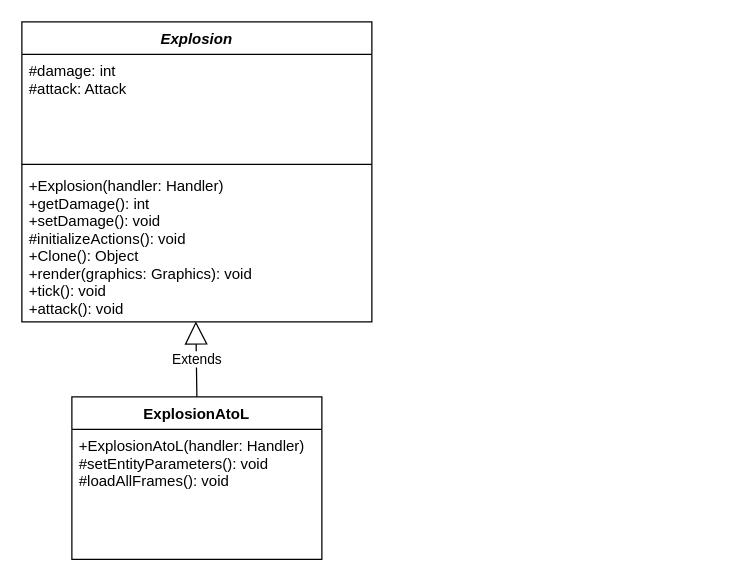
The draw.io diagram uml/drawio/entity/Explosion.drawio in TP-O/bomberman, before the edit. Source tidied: cells renumbered, new cells numbered last; positions are measured from the earlier drawing's top-left corner, leaving out a move shared by most shapes. Both pictures are drawn from the tidied source at 125%, with x=0, y=0 at pixel (21, 21).
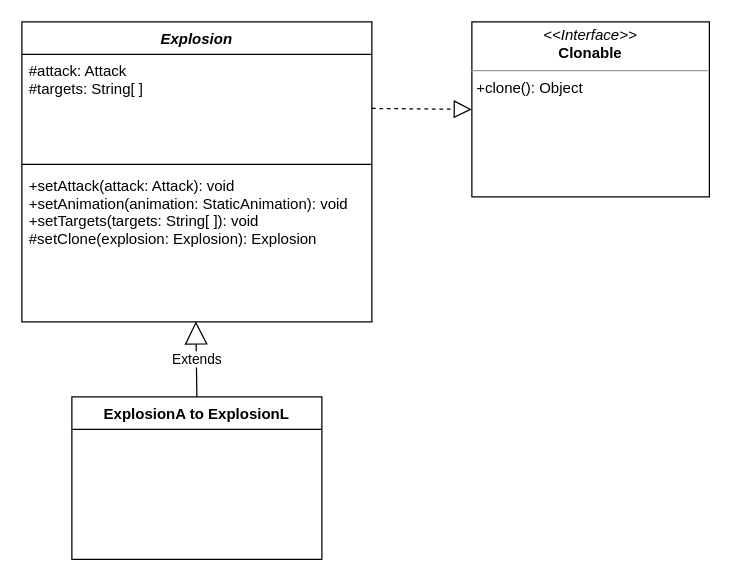
The same diagram, later.

Diff of the diagram source:
```diff
@@
 <mxGraphModel>
   <root>
     <mxCell id="0" />
     <mxCell id="1" parent="0" />
     <mxCell id="2" value="Explosion" style="swimlane;fontStyle=3;align=center;verticalAlign=top;horizontal=1;startSize=26;" parent="1" vertex="1">
       <mxGeometry width="280" height="240" as="geometry" />
     </mxCell>
-    <mxCell id="3" value="#damage: int&#10;#attack: Attack" style="text;strokeColor=none;fillColor=none;align=left;verticalAlign=top;spacingLeft=4;spacingRight=4;overflow=hidden;points=[[0,0.5],[1,0.5]];portConstraint=eastwest;" parent="2" vertex="1">
+    <mxCell id="3" value="#attack: Attack&#10;#targets: String[ ]" style="text;strokeColor=none;fillColor=none;align=left;verticalAlign=top;spacingLeft=4;spacingRight=4;overflow=hidden;points=[[0,0.5],[1,0.5]];portConstraint=eastwest;" parent="2" vertex="1">
       <mxGeometry y="26" width="280" height="84" as="geometry" />
     </mxCell>
     <mxCell id="4" style="line;strokeWidth=1;fillColor=none;align=left;verticalAlign=middle;spacingTop=-1;spacingLeft=3;spacingRight=3;labelPosition=right;" parent="2" vertex="1">
       <mxGeometry y="110" width="280" height="8" as="geometry" />
     </mxCell>
-    <mxCell id="5" value="+Explosion(handler: Handler)&#10;+getDamage(): int&#10;+setDamage(): void&#10;#initializeActions(): void&#10;+Clone(): Object&#10;+render(graphics: Graphics): void&#10;+tick(): void&#10;+attack(): void" style="text;strokeColor=none;fillColor=none;align=left;verticalAlign=top;spacingLeft=4;spacingRight=4;overflow=hidden;points=[[0,0.5],[1,0.5]];portConstraint=eastwest;" parent="2" vertex="1">
+    <mxCell id="5" value="+setAttack(attack: Attack): void&#10;+setAnimation(animation: StaticAnimation): void&#10;+setTargets(targets: String[ ]): void&#10;#setClone(explosion: Explosion): Explosion" style="text;strokeColor=none;fillColor=none;align=left;verticalAlign=top;spacingLeft=4;spacingRight=4;overflow=hidden;points=[[0,0.5],[1,0.5]];portConstraint=eastwest;" parent="2" vertex="1">
       <mxGeometry y="118" width="280" height="122" as="geometry" />
     </mxCell>
+    <mxCell id="9" style="endArrow=block;dashed=1;endFill=0;endSize=12;html=1;" parent="2" edge="1" source="3">
+      <mxGeometry relative="1" as="geometry">
+        <mxPoint x="360" y="70" as="targetPoint" />
+      </mxGeometry>
+    </mxCell>
-    <mxCell id="6" value="ExplosionAtoL" style="swimlane;fontStyle=1;horizontal=1;startSize=26;fillColor=none;" parent="1" vertex="1">
+    <mxCell id="6" value="ExplosionA to ExplosionL" style="swimlane;fontStyle=1;horizontal=1;startSize=26;fillColor=none;" parent="1" vertex="1">
       <mxGeometry x="40" y="300" width="200" height="130" as="geometry" />
     </mxCell>
-    <mxCell id="7" value="+ExplosionAtoL(handler: Handler)&#10;#setEntityParameters(): void&#10;#loadAllFrames(): void&#10;" style="text;strokeColor=none;fillColor=none;align=left;verticalAlign=top;spacingLeft=4;spacingRight=4;overflow=hidden;" parent="6" vertex="1">
-      <mxGeometry y="26" width="200" height="104" as="geometry" />
-    </mxCell>
     <mxCell id="8" value="Extends" style="endArrow=block;endSize=16;endFill=0;html=1;entryX=0.497;entryY=0.997;entryDx=0;entryDy=0;entryPerimeter=0;exitX=0.5;exitY=0;exitDx=0;exitDy=0;" parent="1" edge="1" source="6" target="5">
       <mxGeometry relative="1" as="geometry" />
     </mxCell>
+    <mxCell id="10" value="&lt;p style=&quot;margin: 0px ; margin-top: 4px ; text-align: center&quot;&gt;&lt;i&gt;&amp;lt;&amp;lt;Interface&amp;gt;&amp;gt;&lt;/i&gt;&lt;br&gt;&lt;b&gt;Clonable&lt;/b&gt;&lt;/p&gt;&lt;hr size=&quot;1&quot;&gt;&lt;p style=&quot;margin: 0px ; margin-left: 4px&quot;&gt;&lt;span&gt;+clone(): Object&lt;/span&gt;&lt;/p&gt;" style="verticalAlign=top;align=left;overflow=fill;fontSize=12;fontFamily=Helvetica;html=1;" parent="1" vertex="1">
+      <mxGeometry x="360" width="190" height="140" as="geometry" />
+    </mxCell>
   </root>
 </mxGraphModel>
```
